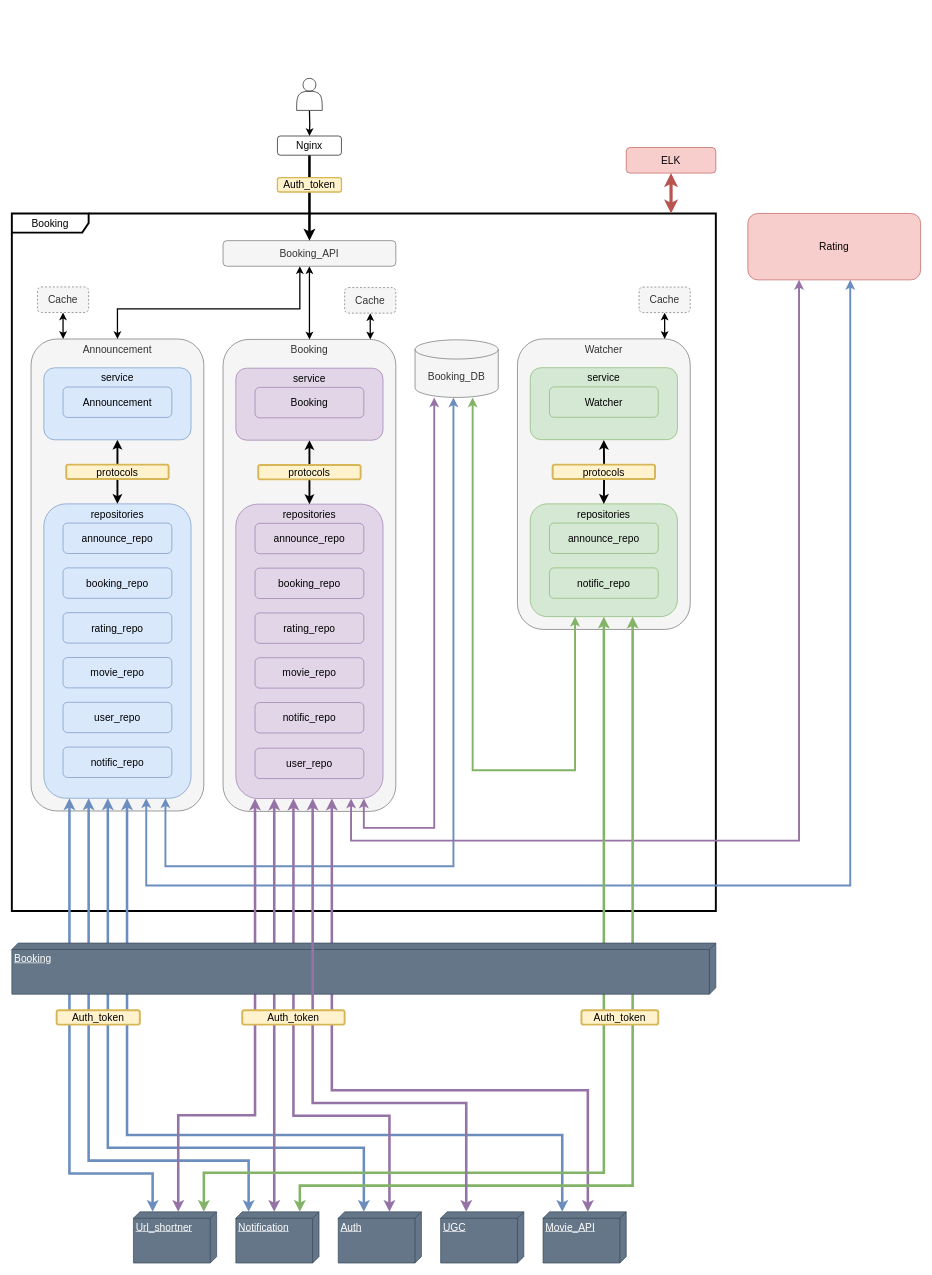
This is page "Page-1" (1 of 2) of docs/scheme/to_be/1_booking.drawio from GA10v/booking_service, a draw.io file, before an edit. Source tidied: cells renumbered, new cells numbered last; positions are measured from the earlier drawing's top-left corner, leaving out a move shared by most shapes. Both pictures are drawn from the tidied source at 64%, with x=0, y=0 at pixel (12, 78).
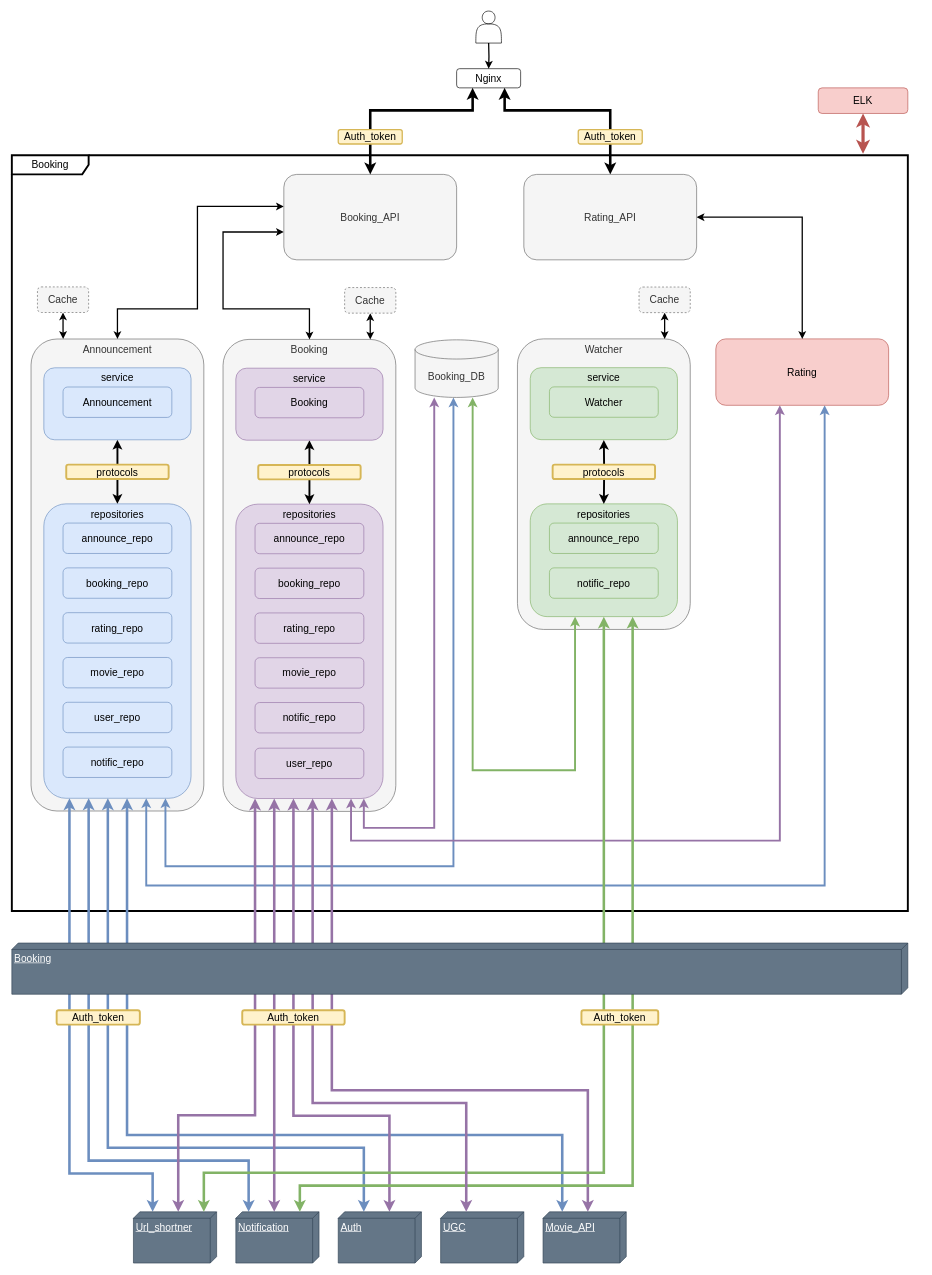
After the change.

The change refers to these unchanged cells:
```xml
<mxCell id="4" value="Booking" style="rounded=1;whiteSpace=wrap;html=1;fontSize=16;verticalAlign=top;horizontal=1;fillColor=#f5f5f5;strokeColor=#666666;fontColor=#333333;" parent="1" vertex="1">
  <mxGeometry x="330" y="407.8" width="270" height="737.5" as="geometry" />
</mxCell>
<mxCell id="5" value="Announcement" style="rounded=1;whiteSpace=wrap;html=1;fontSize=16;verticalAlign=top;horizontal=1;fillColor=#f5f5f5;strokeColor=#666666;fontColor=#333333;" parent="1" vertex="1">
  <mxGeometry x="30" y="407.2" width="270" height="737.5" as="geometry" />
</mxCell>
<mxCell id="12" value="repositories" style="rounded=1;whiteSpace=wrap;html=1;fontSize=16;fillColor=#dae8fc;strokeColor=#6c8ebf;verticalAlign=top;" parent="1" vertex="1">
  <mxGeometry x="50" y="664.8" width="230" height="460" as="geometry" />
</mxCell>
<mxCell id="29" value="repositories" style="rounded=1;whiteSpace=wrap;html=1;fontSize=16;fillColor=#e1d5e7;strokeColor=#9673a6;verticalAlign=top;" parent="1" vertex="1">
  <mxGeometry x="350" y="665.2" width="230" height="460" as="geometry" />
</mxCell>
```

What changed in the source:
```diff
@@
     <mxCell id="2" value="Booking" style="shape=umlFrame;whiteSpace=wrap;html=1;fontSize=16;width=120;height=30;strokeWidth=3;shadow=0;" parent="1" vertex="1">
-      <mxGeometry y="211" width="1100" height="1090" as="geometry" />
+      <mxGeometry y="120" width="1400" height="1181" as="geometry" />
     </mxCell>
@@
     <mxCell id="10" style="edgeStyle=orthogonalEdgeStyle;rounded=0;jettySize=auto;html=1;strokeWidth=3;startArrow=classic;startFill=1;fillColor=#dae8fc;strokeColor=#6c8ebf;" parent="1" edge="1" source="12" target="48">
       <mxGeometry relative="1" as="geometry">
         <Array as="points">
           <mxPoint x="210" y="1261" />
-          <mxPoint x="1310" y="1261" />
+          <mxPoint x="1270" y="1261" />
         </Array>
       </mxGeometry>
     </mxCell>
@@
     <mxCell id="24" style="edgeStyle=orthogonalEdgeStyle;rounded=0;jettySize=auto;html=1;strokeWidth=3;startArrow=classic;startFill=1;fillColor=#e1d5e7;strokeColor=#9673a6;" parent="1" edge="1" source="29" target="48">
       <mxGeometry relative="1" as="geometry">
         <Array as="points">
           <mxPoint x="530" y="1191" />
-          <mxPoint x="1230" y="1191" />
+          <mxPoint x="1200" y="1191" />
         </Array>
       </mxGeometry>
     </mxCell>
@@
     <mxCell id="48" value="Rating" style="rounded=1;whiteSpace=wrap;html=1;fontSize=16;verticalAlign=middle;horizontal=1;fillColor=#f8cecc;strokeColor=#b85450;" parent="1" vertex="1">
-      <mxGeometry x="1150" y="211" width="270" height="103.8" as="geometry" />
+      <mxGeometry x="1100" y="407" width="270" height="103.8" as="geometry" />
     </mxCell>
@@
-    <mxCell id="64" value="Booking" style="verticalAlign=top;align=left;spacingTop=8;spacingLeft=2;spacingRight=12;shape=cube;size=10;direction=south;fontStyle=4;html=1;fontSize=16;fillColor=#647687;fontColor=#ffffff;strokeColor=#314354;" parent="1" vertex="1">
-      <mxGeometry y="1351" width="1100" height="80" as="geometry" />
-    </mxCell>
@@
     <mxCell id="66" value="ELK" style="rounded=1;whiteSpace=wrap;html=1;fontSize=16;fillColor=#f8cecc;strokeColor=#b85450;" parent="1" vertex="1">
-      <mxGeometry x="960" y="108" width="140" height="40" as="geometry" />
+      <mxGeometry x="1260" y="14.8" width="140" height="40" as="geometry" />
     </mxCell>
-    <mxCell id="67" style="edgeStyle=orthogonalEdgeStyle;rounded=0;jettySize=auto;html=1;strokeWidth=5;startArrow=classic;startFill=1;endArrow=classic;endFill=1;fillColor=#f8cecc;strokeColor=#b85450;" parent="1" edge="1" source="66" target="2">
+    <mxCell id="67" style="edgeStyle=orthogonalEdgeStyle;rounded=0;jettySize=auto;html=1;strokeWidth=5;startArrow=classic;startFill=1;endArrow=classic;endFill=1;fillColor=#f8cecc;strokeColor=#b85450;" parent="1" edge="1" source="66">
       <mxGeometry relative="1" as="geometry">
+        <mxPoint x="1330" y="117.8" as="targetPoint" />
         <Array as="points">
-          <mxPoint x="1030" y="201" />
-          <mxPoint x="1030" y="201" />
+          <mxPoint x="1330" y="107.8" />
+          <mxPoint x="1330" y="107.8" />
         </Array>
       </mxGeometry>
     </mxCell>
     <mxCell id="68" style="edgeStyle=orthogonalEdgeStyle;rounded=0;jettySize=auto;html=1;strokeWidth=2;startArrow=classic;startFill=1;" parent="1" edge="1" source="70" target="5">
       <mxGeometry relative="1" as="geometry">
         <Array as="points">
-          <mxPoint x="450" y="360" />
+          <mxPoint x="290" y="200" />
+          <mxPoint x="290" y="360" />
           <mxPoint x="165" y="360" />
         </Array>
       </mxGeometry>
     </mxCell>
     <mxCell id="69" style="edgeStyle=orthogonalEdgeStyle;rounded=0;jettySize=auto;html=1;strokeWidth=2;startArrow=classic;startFill=1;" parent="1" edge="1" source="70" target="4">
-      <mxGeometry relative="1" as="geometry" />
+      <mxGeometry relative="1" as="geometry">
+        <Array as="points">
+          <mxPoint x="330" y="240" />
+          <mxPoint x="330" y="360" />
+          <mxPoint x="465" y="360" />
+        </Array>
+      </mxGeometry>
     </mxCell>
     <mxCell id="70" value="Booking_API" style="rounded=1;whiteSpace=wrap;html=1;fontSize=16;verticalAlign=middle;horizontal=1;fillColor=#f5f5f5;strokeColor=#666666;fontColor=#333333;" parent="1" vertex="1">
-      <mxGeometry x="330" y="253.5" width="270" height="40" as="geometry" />
+      <mxGeometry x="425" y="150" width="270" height="133.5" as="geometry" />
     </mxCell>
@@
-    <mxCell id="73" style="edgeStyle=orthogonalEdgeStyle;rounded=0;jettySize=auto;html=1;strokeWidth=4;" parent="1" edge="1" source="74" target="70">
-      <mxGeometry relative="1" as="geometry" />
+    <mxCell id="73" style="edgeStyle=orthogonalEdgeStyle;rounded=0;jettySize=auto;html=1;strokeWidth=4;startArrow=classic;startFill=1;" parent="1" edge="1" source="74" target="70">
+      <mxGeometry relative="1" as="geometry">
+        <Array as="points">
+          <mxPoint x="720" y="50" />
+          <mxPoint x="560" y="50" />
+        </Array>
+      </mxGeometry>
     </mxCell>
+    <mxCell id="78" style="edgeStyle=orthogonalEdgeStyle;rounded=0;jettySize=auto;html=1;strokeWidth=4;startArrow=classic;startFill=1;" parent="1" edge="1" source="74" target="80">
+      <mxGeometry relative="1" as="geometry">
+        <Array as="points">
+          <mxPoint x="770" y="50" />
+          <mxPoint x="935" y="50" />
+        </Array>
+      </mxGeometry>
+    </mxCell>
     <mxCell id="74" value="Nginx" style="rounded=1;whiteSpace=wrap;html=1;fontSize=16;" parent="1" vertex="1">
-      <mxGeometry x="415" y="90" width="100" height="30" as="geometry" />
+      <mxGeometry x="695" y="-15.2" width="100" height="30" as="geometry" />
     </mxCell>
     <mxCell id="75" style="edgeStyle=orthogonalEdgeStyle;rounded=0;jettySize=auto;html=1;exitX=0.5;exitY=1;exitDx=0;exitDy=0;entryX=0.5;entryY=0;entryDx=0;entryDy=0;strokeWidth=2;fontSize=16;" parent="1" edge="1" target="74">
       <mxGeometry relative="1" as="geometry">
-        <mxPoint x="465" y="50" as="sourcePoint" />
+        <mxPoint x="745" y="-55.2" as="sourcePoint" />
       </mxGeometry>
     </mxCell>
     <mxCell id="76" style="shape=actor;whiteSpace=wrap;html=1;fontSize=16;" parent="1" vertex="1">
-      <mxGeometry x="445" width="40" height="50" as="geometry" />
+      <mxGeometry x="725" y="-105.2" width="40" height="50" as="geometry" />
     </mxCell>
     <mxCell id="77" value="Auth_token" style="rounded=1;whiteSpace=wrap;html=1;fontSize=16;fillColor=#fff2cc;strokeColor=#d6b656;strokeWidth=2;" parent="1" vertex="1">
-      <mxGeometry x="415" y="155" width="100" height="22.5" as="geometry" />
+      <mxGeometry x="510" y="80" width="100" height="22.5" as="geometry" />
     </mxCell>
+    <mxCell id="64" value="Booking" style="verticalAlign=top;align=left;spacingTop=8;spacingLeft=2;spacingRight=12;shape=cube;size=10;direction=south;fontStyle=4;html=1;fontSize=16;fillColor=#647687;fontColor=#ffffff;strokeColor=#314354;" parent="1" vertex="1">
+      <mxGeometry y="1351" width="1400" height="80" as="geometry" />
+    </mxCell>
+    <mxCell id="79" style="edgeStyle=orthogonalEdgeStyle;rounded=0;jettySize=auto;html=1;startArrow=classic;startFill=1;strokeWidth=2;" parent="1" edge="1" source="80" target="48">
+      <mxGeometry relative="1" as="geometry">
+        <Array as="points">
+          <mxPoint x="1235" y="217" />
+        </Array>
+      </mxGeometry>
+    </mxCell>
+    <mxCell id="80" value="Rating_API" style="rounded=1;whiteSpace=wrap;html=1;fontSize=16;verticalAlign=middle;horizontal=1;fillColor=#f5f5f5;strokeColor=#666666;fontColor=#333333;" parent="1" vertex="1">
+      <mxGeometry x="800" y="150" width="270" height="133.5" as="geometry" />
+    </mxCell>
+    <mxCell id="81" value="Auth_token" style="rounded=1;whiteSpace=wrap;html=1;fontSize=16;fillColor=#fff2cc;strokeColor=#d6b656;strokeWidth=2;" parent="1" vertex="1">
+      <mxGeometry x="885" y="80" width="100" height="22.5" as="geometry" />
+    </mxCell>
```
